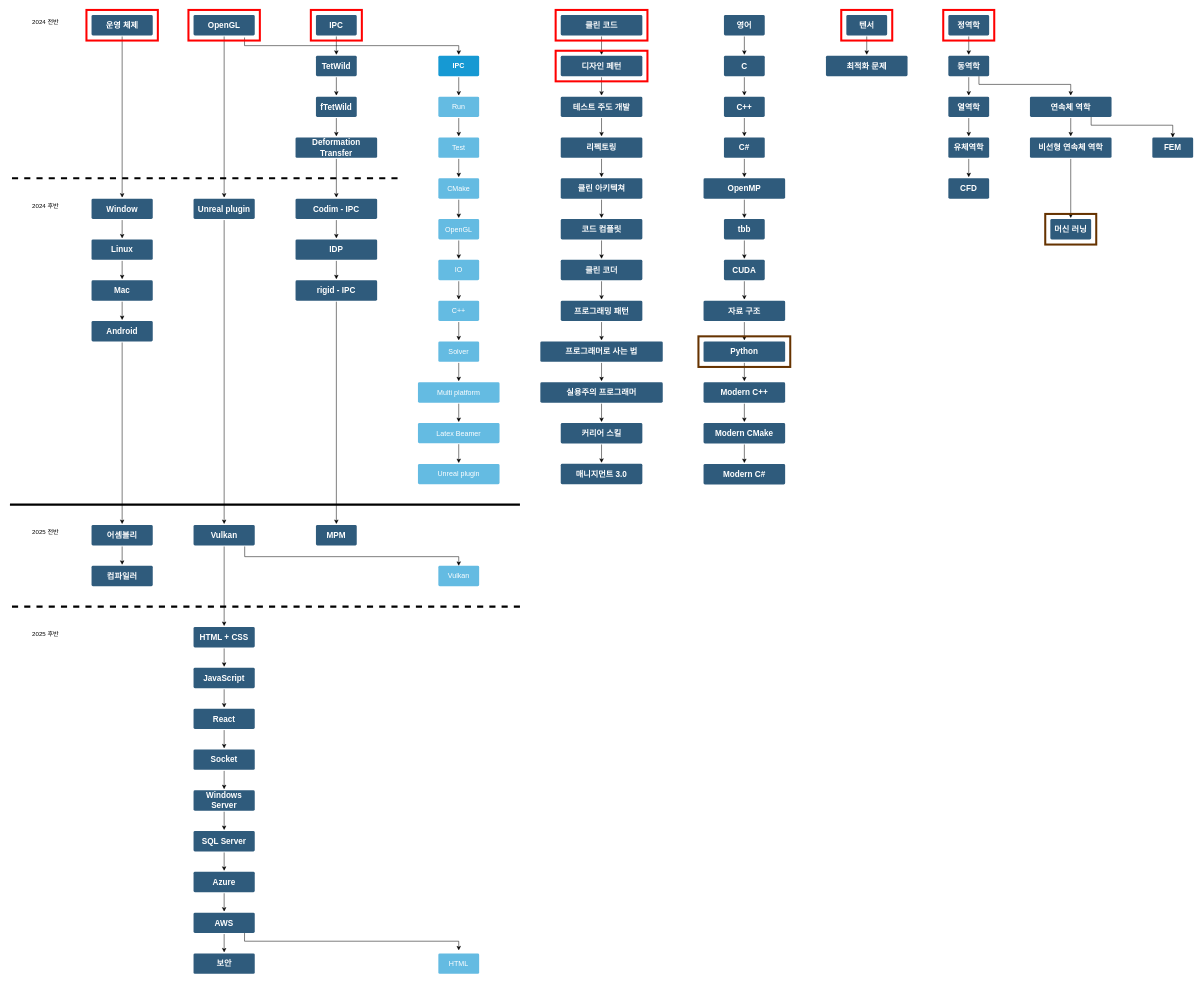
The draw.io diagram Plan.drawio in jjunbass89/Paper, before the edit. Source tidied: cells renumbered, new cells numbered last; positions are measured from the earlier drawing's top-left corner, leaving out a move shared by most shapes. Both pictures are drawn from the tidied source at 51%, with x=0, y=0 at pixel (10, 10).
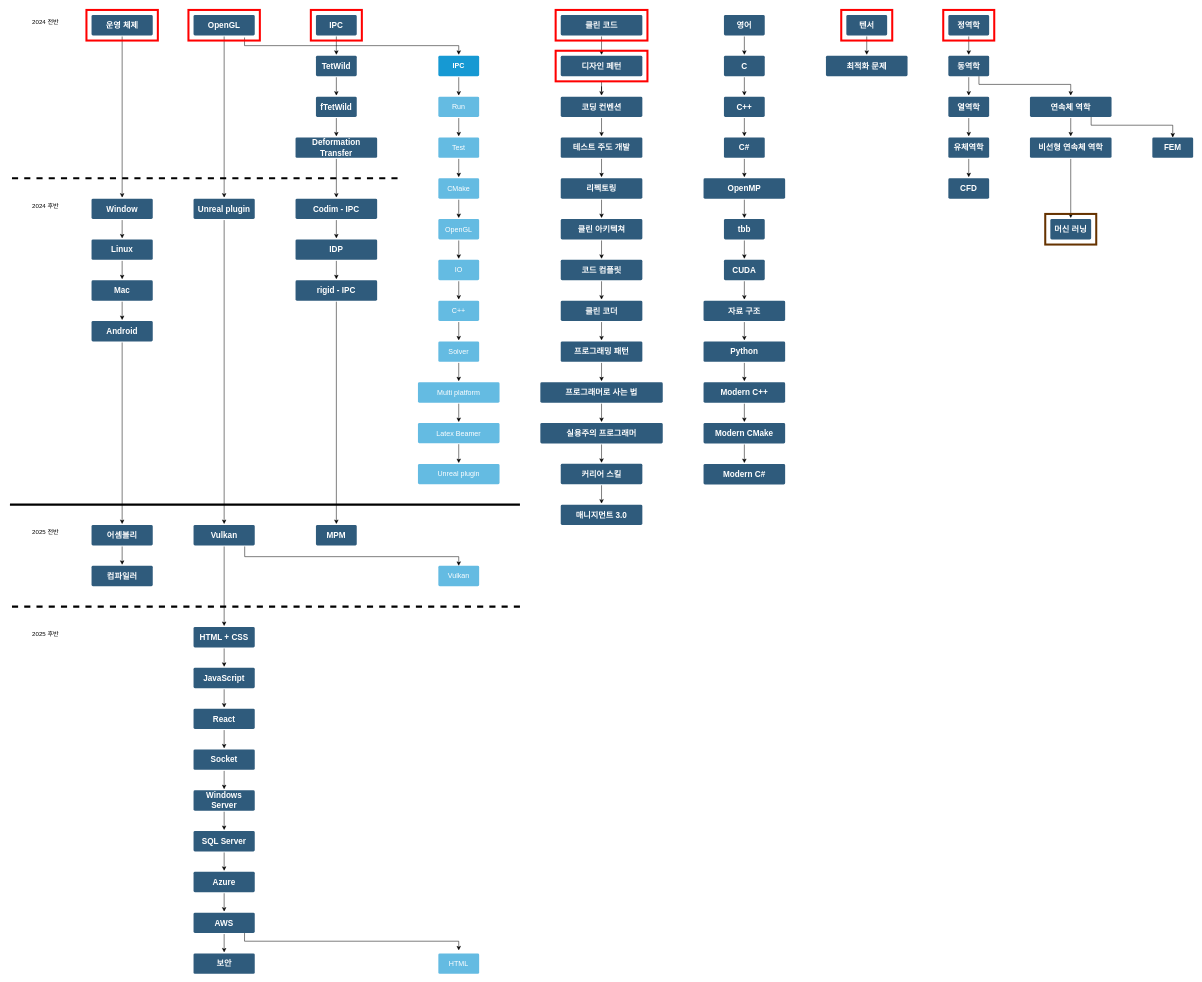
After the change.

Commit message:
coding convention.

The change refers to these unchanged cells:
```xml
<mxCell id="34" value="디자인 페턴" style="rounded=1;whiteSpace=wrap;html=1;shadow=0;labelBackgroundColor=none;strokeColor=none;strokeWidth=3;fillColor=#2F5B7C;fontFamily=Helvetica;fontSize=16;fontColor=#FFFFFF;align=center;fontStyle=1;spacing=5;arcSize=7;perimeterSpacing=2;" parent="1" vertex="1">
  <mxGeometry x="1080" y="90" width="160" height="40" as="geometry" />
</mxCell>
<mxCell id="159" style="rounded=0;whiteSpace=wrap;html=1;fillStyle=auto;fillColor=none;strokeColor=#FF0000;strokeWidth=4;" parent="1" vertex="1">
  <mxGeometry x="1070" y="80" width="180" height="60" as="geometry" />
</mxCell>
```

The edit, as a diff of the source:
```diff
@@
-    <mxCell id="33" style="edgeStyle=orthogonalEdgeStyle;rounded=0;jettySize=auto;html=1;" parent="1" edge="1" source="34" target="40">
-      <mxGeometry relative="1" as="geometry" />
-    </mxCell>
@@
     <mxCell id="40" value="테스트 주도 개발" style="rounded=1;whiteSpace=wrap;html=1;shadow=0;labelBackgroundColor=none;strokeColor=none;strokeWidth=3;fillColor=#2F5B7C;fontFamily=Helvetica;fontSize=16;fontColor=#FFFFFF;align=center;fontStyle=1;spacing=5;arcSize=7;perimeterSpacing=2;" parent="1" vertex="1">
-      <mxGeometry x="1080" y="170" width="160" height="40" as="geometry" />
+      <mxGeometry x="1080" y="250" width="160" height="40" as="geometry" />
     </mxCell>
@@
     <mxCell id="42" value="리펙토링" style="rounded=1;whiteSpace=wrap;html=1;shadow=0;labelBackgroundColor=none;strokeColor=none;strokeWidth=3;fillColor=#2F5B7C;fontFamily=Helvetica;fontSize=16;fontColor=#FFFFFF;align=center;fontStyle=1;spacing=5;arcSize=7;perimeterSpacing=2;" parent="1" vertex="1">
-      <mxGeometry x="1080" y="250" width="160" height="40" as="geometry" />
+      <mxGeometry x="1080" y="330" width="160" height="40" as="geometry" />
     </mxCell>
@@
     <mxCell id="44" value="클린 아키텍쳐" style="rounded=1;whiteSpace=wrap;html=1;shadow=0;labelBackgroundColor=none;strokeColor=none;strokeWidth=3;fillColor=#2F5B7C;fontFamily=Helvetica;fontSize=16;fontColor=#FFFFFF;align=center;fontStyle=1;spacing=5;arcSize=7;perimeterSpacing=2;" parent="1" vertex="1">
-      <mxGeometry x="1080" y="330" width="160" height="40" as="geometry" />
+      <mxGeometry x="1080" y="410" width="160" height="40" as="geometry" />
     </mxCell>
@@
     <mxCell id="46" value="코드 컴플릿" style="rounded=1;whiteSpace=wrap;html=1;shadow=0;labelBackgroundColor=none;strokeColor=none;strokeWidth=3;fillColor=#2F5B7C;fontFamily=Helvetica;fontSize=16;fontColor=#FFFFFF;align=center;fontStyle=1;spacing=5;arcSize=7;perimeterSpacing=2;" parent="1" vertex="1">
-      <mxGeometry x="1080" y="410" width="160" height="40" as="geometry" />
+      <mxGeometry x="1080" y="490" width="160" height="40" as="geometry" />
     </mxCell>
@@
     <mxCell id="48" value="클린 코더" style="rounded=1;whiteSpace=wrap;html=1;shadow=0;labelBackgroundColor=none;strokeColor=none;strokeWidth=3;fillColor=#2F5B7C;fontFamily=Helvetica;fontSize=16;fontColor=#FFFFFF;align=center;fontStyle=1;spacing=5;arcSize=7;perimeterSpacing=2;" parent="1" vertex="1">
-      <mxGeometry x="1080" y="490" width="160" height="40" as="geometry" />
+      <mxGeometry x="1080" y="570" width="160" height="40" as="geometry" />
     </mxCell>
@@
     <mxCell id="50" value="프로그래밍 패턴" style="rounded=1;whiteSpace=wrap;html=1;shadow=0;labelBackgroundColor=none;strokeColor=none;strokeWidth=3;fillColor=#2F5B7C;fontFamily=Helvetica;fontSize=16;fontColor=#FFFFFF;align=center;fontStyle=1;spacing=5;arcSize=7;perimeterSpacing=2;" parent="1" vertex="1">
-      <mxGeometry x="1080" y="570" width="160" height="40" as="geometry" />
+      <mxGeometry x="1080" y="650" width="160" height="40" as="geometry" />
     </mxCell>
@@
     <mxCell id="52" value="프로그래머로 사는 법" style="rounded=1;whiteSpace=wrap;html=1;shadow=0;labelBackgroundColor=none;strokeColor=none;strokeWidth=3;fillColor=#2F5B7C;fontFamily=Helvetica;fontSize=16;fontColor=#FFFFFF;align=center;fontStyle=1;spacing=5;arcSize=7;perimeterSpacing=2;" parent="1" vertex="1">
-      <mxGeometry x="1040" y="650" width="240" height="40" as="geometry" />
+      <mxGeometry x="1040" y="730" width="240" height="40" as="geometry" />
     </mxCell>
@@
     <mxCell id="54" value="실용주의 프로그래머" style="rounded=1;whiteSpace=wrap;html=1;shadow=0;labelBackgroundColor=none;strokeColor=none;strokeWidth=3;fillColor=#2F5B7C;fontFamily=Helvetica;fontSize=16;fontColor=#FFFFFF;align=center;fontStyle=1;spacing=5;arcSize=7;perimeterSpacing=2;" parent="1" vertex="1">
-      <mxGeometry x="1040" y="730" width="240" height="40" as="geometry" />
+      <mxGeometry x="1040" y="810" width="240" height="40" as="geometry" />
     </mxCell>
@@
     <mxCell id="56" value="커리어 스킬" style="rounded=1;whiteSpace=wrap;html=1;shadow=0;labelBackgroundColor=none;strokeColor=none;strokeWidth=3;fillColor=#2F5B7C;fontFamily=Helvetica;fontSize=16;fontColor=#FFFFFF;align=center;fontStyle=1;spacing=5;arcSize=7;perimeterSpacing=2;" parent="1" vertex="1">
-      <mxGeometry x="1080" y="810" width="160" height="40" as="geometry" />
+      <mxGeometry x="1080" y="890" width="160" height="40" as="geometry" />
     </mxCell>
     <mxCell id="57" value="매니지먼트 3.0" style="rounded=1;whiteSpace=wrap;html=1;shadow=0;labelBackgroundColor=none;strokeColor=none;strokeWidth=3;fillColor=#2F5B7C;fontFamily=Helvetica;fontSize=16;fontColor=#FFFFFF;align=center;fontStyle=1;spacing=5;arcSize=7;perimeterSpacing=2;" parent="1" vertex="1">
-      <mxGeometry x="1080" y="890" width="160" height="40" as="geometry" />
+      <mxGeometry x="1080" y="970" width="160" height="40" as="geometry" />
     </mxCell>
@@
-    <mxCell id="156" style="rounded=0;whiteSpace=wrap;html=1;fillStyle=auto;fillColor=none;strokeColor=#663300;strokeWidth=4;" parent="1" vertex="1">
-      <mxGeometry x="1350" y="640" width="180" height="60" as="geometry" />
-    </mxCell>
@@
+    <mxCell id="161" style="edgeStyle=orthogonalEdgeStyle;rounded=0;jettySize=auto;html=1;" parent="1" edge="1" source="159" target="163">
+      <mxGeometry relative="1" as="geometry" />
+    </mxCell>
@@
+    <mxCell id="162" style="edgeStyle=orthogonalEdgeStyle;rounded=0;jettySize=auto;html=1;" parent="1" edge="1" source="163" target="40">
+      <mxGeometry relative="1" as="geometry" />
+    </mxCell>
+    <mxCell id="163" value="코딩 컨벤션" style="rounded=1;whiteSpace=wrap;html=1;shadow=0;labelBackgroundColor=none;strokeColor=none;strokeWidth=3;fillColor=#2F5B7C;fontFamily=Helvetica;fontSize=16;fontColor=#FFFFFF;align=center;fontStyle=1;spacing=5;arcSize=7;perimeterSpacing=2;" parent="1" vertex="1">
+      <mxGeometry x="1080" y="170" width="160" height="40" as="geometry" />
+    </mxCell>
```
